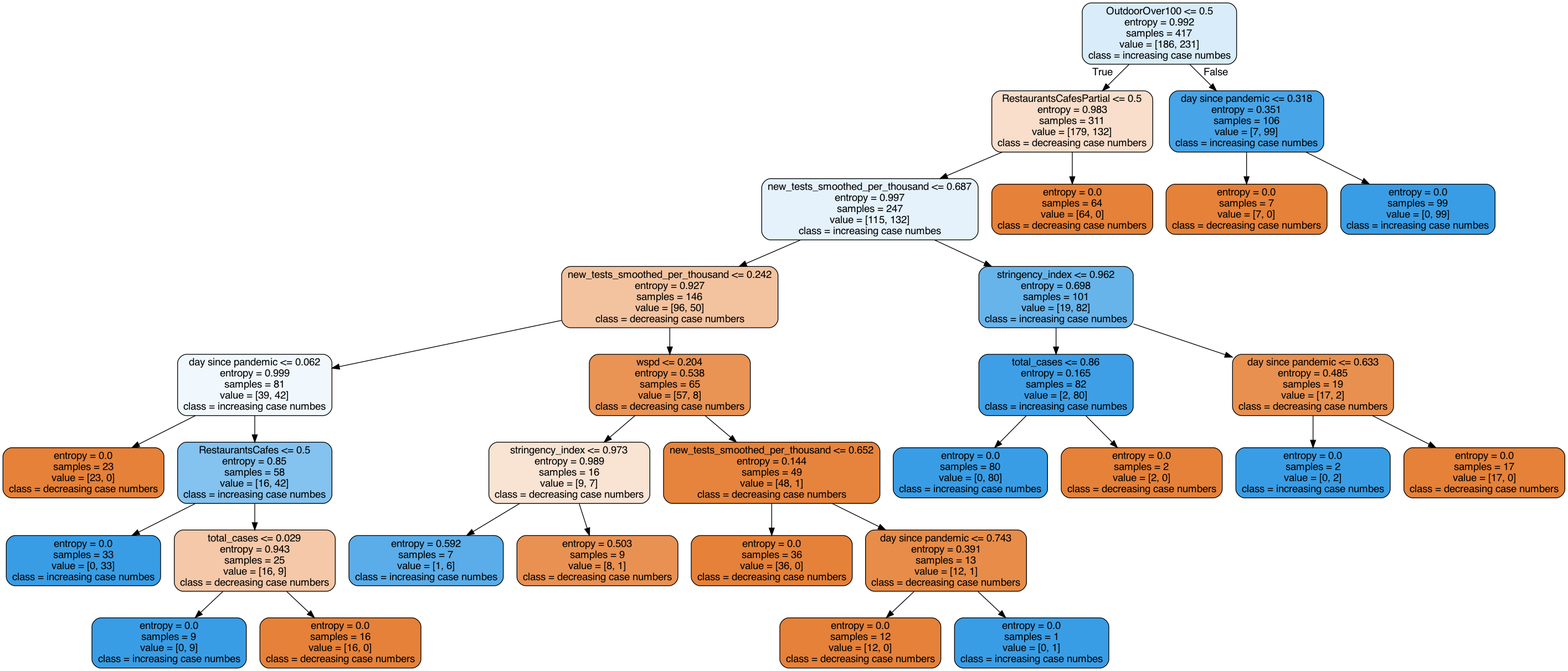
Before: covid_ml/covidCasePredictions/reports/figures/Covid_tree.png, a diagram exported from Graphviz (ssstef/covid-case_numbers). Its source is kept beside it as covid_ml/covidCasePredictions/reports/figures/Covid_tree.dot.
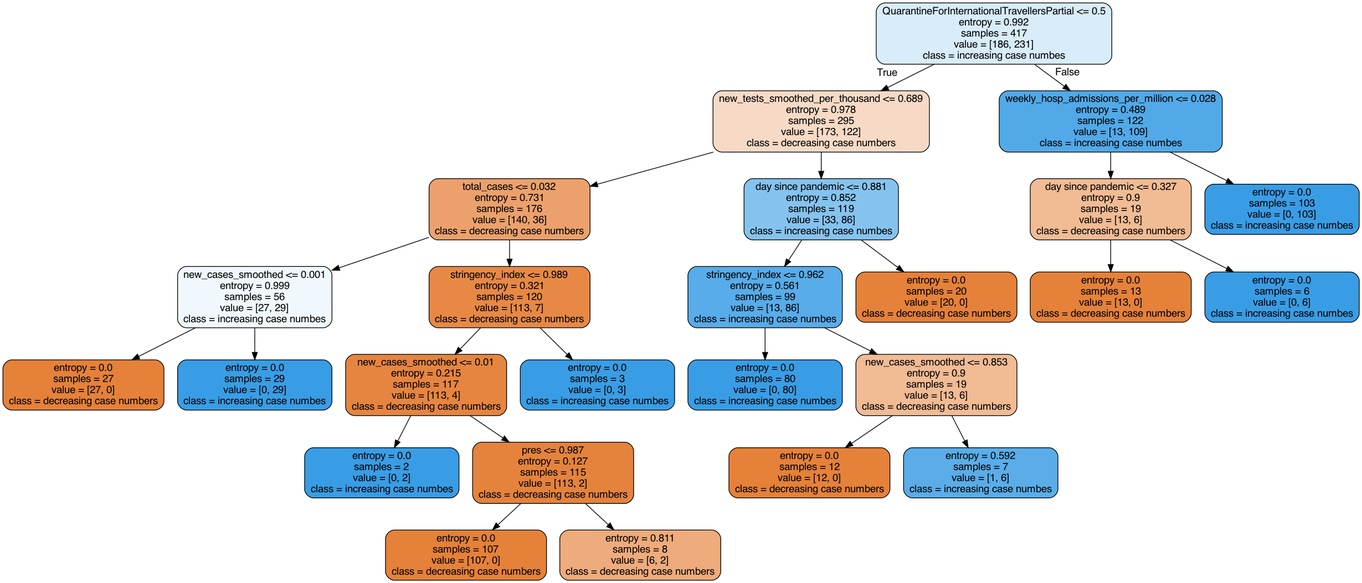
After the commit.

Diff of the diagram source:
```diff
@@ -1,65 +1,53 @@
 digraph Tree {
 node [shape=box, style="filled, rounded", color="black", fontname=helvetica] ;
 edge [fontname=helvetica] ;
-0 [label="OutdoorOver100 <= 0.5\nentropy = 0.992\nsamples = 417\nvalue = [186, 231]\nclass = increasing case numbes", fillcolor="#d8ecfa"] ;
-1 [label="RestaurantsCafesPartial <= 0.5\nentropy = 0.983\nsamples = 311\nvalue = [179, 132]\nclass = decreasing case numbers", fillcolor="#f8decb"] ;
+0 [label="QuarantineForInternationalTravellersPartial <= 0.5\nentropy = 0.992\nsamples = 417\nvalue = [186, 231]\nclass = increasing case numbes", fillcolor="#d8ecfa"] ;
+1 [label="new_tests_smoothed_per_thousand <= 0.689\nentropy = 0.978\nsamples = 295\nvalue = [173, 122]\nclass = decreasing case numbers", fillcolor="#f7dac5"] ;
 0 -> 1 [labeldistance=2.5, labelangle=45, headlabel="True"] ;
-2 [label="new_tests_smoothed_per_thousand <= 0.687\nentropy = 0.997\nsamples = 247\nvalue = [115, 132]\nclass = increasing case numbes", fillcolor="#e5f2fc"] ;
+2 [label="total_cases <= 0.032\nentropy = 0.731\nsamples = 176\nvalue = [140, 36]\nclass = decreasing case numbers", fillcolor="#eca16c"] ;
 1 -> 2 ;
-3 [label="new_tests_smoothed_per_thousand <= 0.242\nentropy = 0.927\nsamples = 146\nvalue = [96, 50]\nclass = decreasing case numbers", fillcolor="#f3c3a0"] ;
+3 [label="new_cases_smoothed <= 0.001\nentropy = 0.999\nsamples = 56\nvalue = [27, 29]\nclass = increasing case numbes", fillcolor="#f1f8fd"] ;
 2 -> 3 ;
-4 [label="day since pandemic <= 0.062\nentropy = 0.999\nsamples = 81\nvalue = [39, 42]\nclass = increasing case numbes", fillcolor="#f1f8fd"] ;
+4 [label="entropy = 0.0\nsamples = 27\nvalue = [27, 0]\nclass = decreasing case numbers", fillcolor="#e58139"] ;
 3 -> 4 ;
-5 [label="entropy = 0.0\nsamples = 23\nvalue = [23, 0]\nclass = decreasing case numbers", fillcolor="#e58139"] ;
-4 -> 5 ;
-6 [label="RestaurantsCafes <= 0.5\nentropy = 0.85\nsamples = 58\nvalue = [16, 42]\nclass = increasing case numbes", fillcolor="#84c2ef"] ;
-4 -> 6 ;
-7 [label="entropy = 0.0\nsamples = 33\nvalue = [0, 33]\nclass = increasing case numbes", fillcolor="#399de5"] ;
+5 [label="entropy = 0.0\nsamples = 29\nvalue = [0, 29]\nclass = increasing case numbes", fillcolor="#399de5"] ;
+3 -> 5 ;
+6 [label="stringency_index <= 0.989\nentropy = 0.321\nsamples = 120\nvalue = [113, 7]\nclass = decreasing case numbers", fillcolor="#e78945"] ;
+2 -> 6 ;
+7 [label="new_cases_smoothed <= 0.01\nentropy = 0.215\nsamples = 117\nvalue = [113, 4]\nclass = decreasing case numbers", fillcolor="#e68540"] ;
 6 -> 7 ;
-8 [label="total_cases <= 0.029\nentropy = 0.943\nsamples = 25\nvalue = [16, 9]\nclass = decreasing case numbers", fillcolor="#f4c8a8"] ;
-6 -> 8 ;
-9 [label="entropy = 0.0\nsamples = 9\nvalue = [0, 9]\nclass = increasing case numbes", fillcolor="#399de5"] ;
-8 -> 9 ;
-10 [label="entropy = 0.0\nsamples = 16\nvalue = [16, 0]\nclass = decreasing case numbers", fillcolor="#e58139"] ;
-8 -> 10 ;
-11 [label="wspd <= 0.204\nentropy = 0.538\nsamples = 65\nvalue = [57, 8]\nclass = decreasing case numbers", fillcolor="#e99355"] ;
-3 -> 11 ;
-12 [label="stringency_index <= 0.973\nentropy = 0.989\nsamples = 16\nvalue = [9, 7]\nclass = decreasing case numbers", fillcolor="#f9e3d3"] ;
-11 -> 12 ;
-13 [label="entropy = 0.592\nsamples = 7\nvalue = [1, 6]\nclass = increasing case numbes", fillcolor="#5aade9"] ;
-12 -> 13 ;
-14 [label="entropy = 0.503\nsamples = 9\nvalue = [8, 1]\nclass = decreasing case numbers", fillcolor="#e89152"] ;
-12 -> 14 ;
-15 [label="new_tests_smoothed_per_thousand <= 0.652\nentropy = 0.144\nsamples = 49\nvalue = [48, 1]\nclass = decreasing case numbers", fillcolor="#e6843d"] ;
-11 -> 15 ;
-16 [label="entropy = 0.0\nsamples = 36\nvalue = [36, 0]\nclass = decreasing case numbers", fillcolor="#e58139"] ;
-15 -> 16 ;
-17 [label="day since pandemic <= 0.743\nentropy = 0.391\nsamples = 13\nvalue = [12, 1]\nclass = decreasing case numbers", fillcolor="#e78c49"] ;
-15 -> 17 ;
-18 [label="entropy = 0.0\nsamples = 12\nvalue = [12, 0]\nclass = decreasing case numbers", fillcolor="#e58139"] ;
-17 -> 18 ;
-19 [label="entropy = 0.0\nsamples = 1\nvalue = [0, 1]\nclass = increasing case numbes", fillcolor="#399de5"] ;
-17 -> 19 ;
-20 [label="stringency_index <= 0.962\nentropy = 0.698\nsamples = 101\nvalue = [19, 82]\nclass = increasing case numbes", fillcolor="#67b4eb"] ;
-2 -> 20 ;
-21 [label="total_cases <= 0.86\nentropy = 0.165\nsamples = 82\nvalue = [2, 80]\nclass = increasing case numbes", fillcolor="#3e9fe6"] ;
+8 [label="entropy = 0.0\nsamples = 2\nvalue = [0, 2]\nclass = increasing case numbes", fillcolor="#399de5"] ;
+7 -> 8 ;
+9 [label="pres <= 0.987\nentropy = 0.127\nsamples = 115\nvalue = [113, 2]\nclass = decreasing case numbers", fillcolor="#e5833d"] ;
+7 -> 9 ;
+10 [label="entropy = 0.0\nsamples = 107\nvalue = [107, 0]\nclass = decreasing case numbers", fillcolor="#e58139"] ;
+9 -> 10 ;
+11 [label="entropy = 0.811\nsamples = 8\nvalue = [6, 2]\nclass = decreasing case numbers", fillcolor="#eeab7b"] ;
+9 -> 11 ;
+12 [label="entropy = 0.0\nsamples = 3\nvalue = [0, 3]\nclass = increasing case numbes", fillcolor="#399de5"] ;
+6 -> 12 ;
+13 [label="day since pandemic <= 0.881\nentropy = 0.852\nsamples = 119\nvalue = [33, 86]\nclass = increasing case numbes", fillcolor="#85c3ef"] ;
+1 -> 13 ;
+14 [label="stringency_index <= 0.962\nentropy = 0.561\nsamples = 99\nvalue = [13, 86]\nclass = increasing case numbes", fillcolor="#57ace9"] ;
+13 -> 14 ;
+15 [label="entropy = 0.0\nsamples = 80\nvalue = [0, 80]\nclass = increasing case numbes", fillcolor="#399de5"] ;
+14 -> 15 ;
+16 [label="new_cases_smoothed <= 0.853\nentropy = 0.9\nsamples = 19\nvalue = [13, 6]\nclass = decreasing case numbers", fillcolor="#f1bb94"] ;
+14 -> 16 ;
+17 [label="entropy = 0.0\nsamples = 12\nvalue = [12, 0]\nclass = decreasing case numbers", fillcolor="#e58139"] ;
+16 -> 17 ;
+18 [label="entropy = 0.592\nsamples = 7\nvalue = [1, 6]\nclass = increasing case numbes", fillcolor="#5aade9"] ;
+16 -> 18 ;
+19 [label="entropy = 0.0\nsamples = 20\nvalue = [20, 0]\nclass = decreasing case numbers", fillcolor="#e58139"] ;
+13 -> 19 ;
+20 [label="weekly_hosp_admissions_per_million <= 0.028\nentropy = 0.489\nsamples = 122\nvalue = [13, 109]\nclass = increasing case numbes", fillcolor="#51a9e8"] ;
+0 -> 20 [labeldistance=2.5, labelangle=-45, headlabel="False"] ;
+21 [label="day since pandemic <= 0.327\nentropy = 0.9\nsamples = 19\nvalue = [13, 6]\nclass = decreasing case numbers", fillcolor="#f1bb94"] ;
 20 -> 21 ;
-22 [label="entropy = 0.0\nsamples = 80\nvalue = [0, 80]\nclass = increasing case numbes", fillcolor="#399de5"] ;
+22 [label="entropy = 0.0\nsamples = 13\nvalue = [13, 0]\nclass = decreasing case numbers", fillcolor="#e58139"] ;
 21 -> 22 ;
-23 [label="entropy = 0.0\nsamples = 2\nvalue = [2, 0]\nclass = decreasing case numbers", fillcolor="#e58139"] ;
+23 [label="entropy = 0.0\nsamples = 6\nvalue = [0, 6]\nclass = increasing case numbes", fillcolor="#399de5"] ;
 21 -> 23 ;
-24 [label="day since pandemic <= 0.633\nentropy = 0.485\nsamples = 19\nvalue = [17, 2]\nclass = decreasing case numbers", fillcolor="#e89050"] ;
+24 [label="entropy = 0.0\nsamples = 103\nvalue = [0, 103]\nclass = increasing case numbes", fillcolor="#399de5"] ;
 20 -> 24 ;
-25 [label="entropy = 0.0\nsamples = 2\nvalue = [0, 2]\nclass = increasing case numbes", fillcolor="#399de5"] ;
-24 -> 25 ;
-26 [label="entropy = 0.0\nsamples = 17\nvalue = [17, 0]\nclass = decreasing case numbers", fillcolor="#e58139"] ;
-24 -> 26 ;
-27 [label="entropy = 0.0\nsamples = 64\nvalue = [64, 0]\nclass = decreasing case numbers", fillcolor="#e58139"] ;
-1 -> 27 ;
-28 [label="day since pandemic <= 0.318\nentropy = 0.351\nsamples = 106\nvalue = [7, 99]\nclass = increasing case numbes", fillcolor="#47a4e7"] ;
-0 -> 28 [labeldistance=2.5, labelangle=-45, headlabel="False"] ;
-29 [label="entropy = 0.0\nsamples = 7\nvalue = [7, 0]\nclass = decreasing case numbers", fillcolor="#e58139"] ;
-28 -> 29 ;
-30 [label="entropy = 0.0\nsamples = 99\nvalue = [0, 99]\nclass = increasing case numbes", fillcolor="#399de5"] ;
-28 -> 30 ;
 }
```
